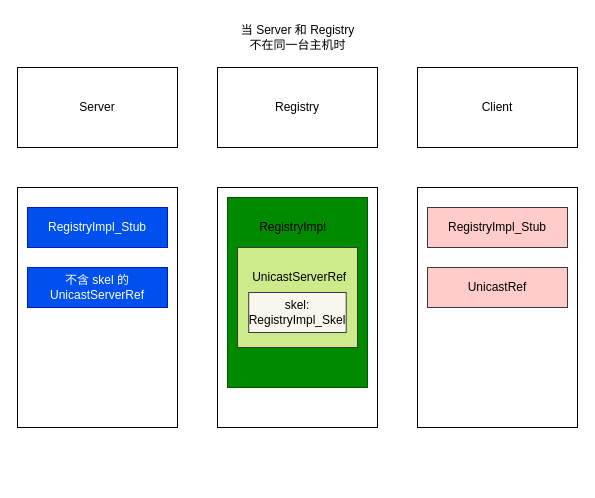
Before: source/_posts/Network_Security/Web/Java_Security/RMI/三部分所含对象图.drawio in EndlessShw/blog, a draw.io diagram. Source tidied: cells renumbered, new cells numbered last; positions are measured from the earlier drawing's top-left corner, leaving out a move shared by most shapes. Both pictures are drawn from the tidied source at 100%, with x=0, y=0 at pixel (17, 17).
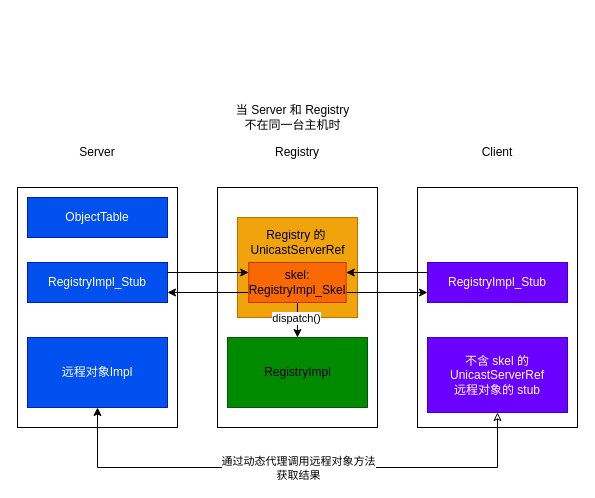
The same diagram, later.

Diff of the diagram source:
```diff
@@
-    <mxCell id="2" value="Server" style="rounded=0;whiteSpace=wrap;html=1;" parent="1" vertex="1">
-      <mxGeometry y="50" width="160" height="80" as="geometry" />
-    </mxCell>
-    <mxCell id="3" value="Registry" style="rounded=0;whiteSpace=wrap;html=1;" parent="1" vertex="1">
-      <mxGeometry x="200" y="50" width="160" height="80" as="geometry" />
-    </mxCell>
-    <mxCell id="4" value="Client" style="rounded=0;whiteSpace=wrap;html=1;" parent="1" vertex="1">
-      <mxGeometry x="400" y="50" width="160" height="80" as="geometry" />
-    </mxCell>
     <mxCell id="5" value="当 Server 和 Registry &lt;br&gt;不在同一台主机时" style="text;html=1;align=center;verticalAlign=middle;strokeColor=none;fillColor=none;" parent="1" vertex="1">
-      <mxGeometry x="210" width="140" height="40" as="geometry" />
+      <mxGeometry x="205" y="80" width="140" height="40" as="geometry" />
     </mxCell>
@@
-    <mxCell id="9" value="不含 skel 的 UnicastServerRef" style="rounded=0;whiteSpace=wrap;html=1;fillColor=#0050ef;fontColor=#ffffff;strokeColor=#001DBC;" parent="1" vertex="1">
-      <mxGeometry x="10" y="250" width="140" height="40" as="geometry" />
+    <mxCell id="9" value="远程对象Impl" style="rounded=0;whiteSpace=wrap;html=1;fillColor=#0050ef;fontColor=#ffffff;strokeColor=#001DBC;" parent="1" vertex="1">
+      <mxGeometry x="10" y="320" width="140" height="70" as="geometry" />
     </mxCell>
     <mxCell id="10" value="RegistryImpl_Stub" style="rounded=0;whiteSpace=wrap;html=1;fillColor=#0050ef;fontColor=#ffffff;strokeColor=#001DBC;" parent="1" vertex="1">
-      <mxGeometry x="10" y="190" width="140" height="40" as="geometry" />
+      <mxGeometry x="10" y="245" width="140" height="40" as="geometry" />
     </mxCell>
     <mxCell id="11" style="rounded=0;whiteSpace=wrap;html=1;fillColor=#008a00;fontColor=#ffffff;strokeColor=#005700;" parent="1" vertex="1">
-      <mxGeometry x="210" y="180" width="140" height="190" as="geometry" />
+      <mxGeometry x="210" y="320" width="140" height="70" as="geometry" />
     </mxCell>
-    <mxCell id="12" value="RegistryImpl_Stub" style="rounded=0;whiteSpace=wrap;html=1;fillColor=#ffcccc;strokeColor=#36393d;" parent="1" vertex="1">
-      <mxGeometry x="410" y="190" width="140" height="40" as="geometry" />
+    <mxCell id="12" value="RegistryImpl_Stub" style="rounded=0;whiteSpace=wrap;html=1;fillColor=#6a00ff;strokeColor=#3700CC;fontColor=#ffffff;" parent="1" vertex="1">
+      <mxGeometry x="410" y="245" width="140" height="40" as="geometry" />
     </mxCell>
+    <mxCell id="18" style="edgeStyle=orthogonalEdgeStyle;rounded=0;jettySize=auto;html=1;exitX=0.5;exitY=1;exitDx=0;exitDy=0;entryX=0.5;entryY=1;entryDx=0;entryDy=0;startArrow=classic;startFill=0;" parent="1" edge="1" source="13" target="9">
+      <mxGeometry relative="1" as="geometry">
+        <Array as="points">
+          <mxPoint x="480" y="450" />
+          <mxPoint x="80" y="450" />
+        </Array>
+      </mxGeometry>
+    </mxCell>
+    <mxCell id="19" value="通过动态代理调用远程对象方法&lt;br&gt;获取结果" style="edgeLabel;html=1;align=center;verticalAlign=middle;" parent="18" vertex="1">
+      <mxGeometry x="-0.01" relative="1" as="geometry" />
+    </mxCell>
-    <mxCell id="13" value="UnicastRef" style="rounded=0;whiteSpace=wrap;html=1;fillColor=#ffcccc;strokeColor=#36393d;" parent="1" vertex="1">
-      <mxGeometry x="410" y="250" width="140" height="40" as="geometry" />
+    <mxCell id="13" value="&lt;font style=&quot;color: rgb(255, 255, 255);&quot;&gt;&lt;span&gt;不含 skel 的 UnicastServerRef&lt;/span&gt;&lt;br&gt;&lt;span&gt;远程对象的&amp;nbsp;&lt;/span&gt;&lt;span&gt;stub&lt;/span&gt;&lt;/font&gt;" style="rounded=0;whiteSpace=wrap;html=1;fillColor=#6a00ff;strokeColor=#3700CC;fontColor=#ffffff;" parent="1" vertex="1">
+      <mxGeometry x="410" y="320" width="140" height="75" as="geometry" />
     </mxCell>
-    <mxCell id="14" style="rounded=0;whiteSpace=wrap;html=1;fillColor=#cdeb8b;strokeColor=#36393d;" parent="1" vertex="1">
-      <mxGeometry x="220" y="230" width="120" height="100" as="geometry" />
+    <mxCell id="14" style="rounded=0;whiteSpace=wrap;html=1;fillColor=#f0a30a;strokeColor=#BD7000;fontColor=#000000;" parent="1" vertex="1">
+      <mxGeometry x="220" y="200" width="120" height="100" as="geometry" />
     </mxCell>
     <mxCell id="15" value="RegistryImpl" style="text;html=1;align=center;verticalAlign=middle;strokeColor=none;fillColor=none;" parent="1" vertex="1">
-      <mxGeometry x="230" y="195" width="90" height="30" as="geometry" />
+      <mxGeometry x="235" y="340" width="90" height="30" as="geometry" />
     </mxCell>
-    <mxCell id="16" value="&amp;nbsp;UnicastServerRef" style="text;html=1;align=center;verticalAlign=middle;strokeColor=none;fillColor=none;" parent="1" vertex="1">
-      <mxGeometry x="220" y="245" width="120" height="30" as="geometry" />
+    <mxCell id="16" value="Registry 的&amp;nbsp;&lt;br&gt;UnicastServerRef" style="text;html=1;align=center;verticalAlign=middle;strokeColor=none;fillColor=none;" parent="1" vertex="1">
+      <mxGeometry x="220" y="205" width="120" height="40" as="geometry" />
     </mxCell>
+    <mxCell id="20" style="edgeStyle=orthogonalEdgeStyle;rounded=0;jettySize=auto;html=1;exitX=0;exitY=0.75;exitDx=0;exitDy=0;entryX=1;entryY=0.75;entryDx=0;entryDy=0;" parent="1" edge="1" source="17" target="10">
+      <mxGeometry relative="1" as="geometry" />
+    </mxCell>
+    <mxCell id="21" style="edgeStyle=orthogonalEdgeStyle;rounded=0;jettySize=auto;html=1;exitX=1;exitY=0.75;exitDx=0;exitDy=0;entryX=0;entryY=0.75;entryDx=0;entryDy=0;" parent="1" edge="1" source="17" target="12">
+      <mxGeometry relative="1" as="geometry" />
+    </mxCell>
+    <mxCell id="22" style="edgeStyle=orthogonalEdgeStyle;rounded=0;jettySize=auto;html=1;exitX=0.5;exitY=1;exitDx=0;exitDy=0;entryX=0.5;entryY=0;entryDx=0;entryDy=0;" parent="1" edge="1" source="17" target="11">
+      <mxGeometry relative="1" as="geometry" />
+    </mxCell>
+    <mxCell id="23" value="dispatch()" style="edgeLabel;html=1;align=center;verticalAlign=middle;" parent="22" vertex="1">
+      <mxGeometry x="-0.16" y="-1" relative="1" as="geometry" />
+    </mxCell>
-    <mxCell id="17" value="skel:&lt;br&gt;RegistryImpl_Skel" style="rounded=0;whiteSpace=wrap;html=1;fillColor=#f9f7ed;strokeColor=#36393d;" parent="1" vertex="1">
-      <mxGeometry x="231.2" y="275" width="97.5" height="40" as="geometry" />
+    <mxCell id="17" value="skel:&lt;br&gt;RegistryImpl_Skel" style="rounded=0;whiteSpace=wrap;html=1;fillColor=#fa6800;strokeColor=#C73500;fontColor=#000000;" parent="1" vertex="1">
+      <mxGeometry x="231.2" y="245" width="97.5" height="40" as="geometry" />
     </mxCell>
+    <mxCell id="2" value="Server" style="text;html=1;align=center;verticalAlign=middle;whiteSpace=wrap;rounded=0;" parent="1" vertex="1">
+      <mxGeometry x="50" y="120" width="60" height="30" as="geometry" />
+    </mxCell>
+    <mxCell id="3" value="Registry" style="text;html=1;align=center;verticalAlign=middle;whiteSpace=wrap;rounded=0;" parent="1" vertex="1">
+      <mxGeometry x="250" y="120" width="60" height="30" as="geometry" />
+    </mxCell>
+    <mxCell id="4" value="Client" style="text;html=1;align=center;verticalAlign=middle;whiteSpace=wrap;rounded=0;" parent="1" vertex="1">
+      <mxGeometry x="450" y="120" width="60" height="30" as="geometry" />
+    </mxCell>
+    <mxCell id="24" style="edgeStyle=orthogonalEdgeStyle;rounded=0;jettySize=auto;html=1;exitX=1;exitY=0.25;exitDx=0;exitDy=0;entryX=0;entryY=0.25;entryDx=0;entryDy=0;" parent="1" edge="1" source="10" target="17">
+      <mxGeometry relative="1" as="geometry" />
+    </mxCell>
+    <mxCell id="25" style="edgeStyle=orthogonalEdgeStyle;rounded=0;jettySize=auto;html=1;exitX=0;exitY=0.25;exitDx=0;exitDy=0;entryX=1;entryY=0.25;entryDx=0;entryDy=0;" parent="1" edge="1" source="12" target="17">
+      <mxGeometry relative="1" as="geometry" />
+    </mxCell>
+    <mxCell id="26" value="ObjectTable" style="rounded=0;whiteSpace=wrap;html=1;fillColor=#0050ef;fontColor=#ffffff;strokeColor=#001DBC;" parent="1" vertex="1">
+      <mxGeometry x="10" y="180" width="140" height="40" as="geometry" />
+    </mxCell>
```
